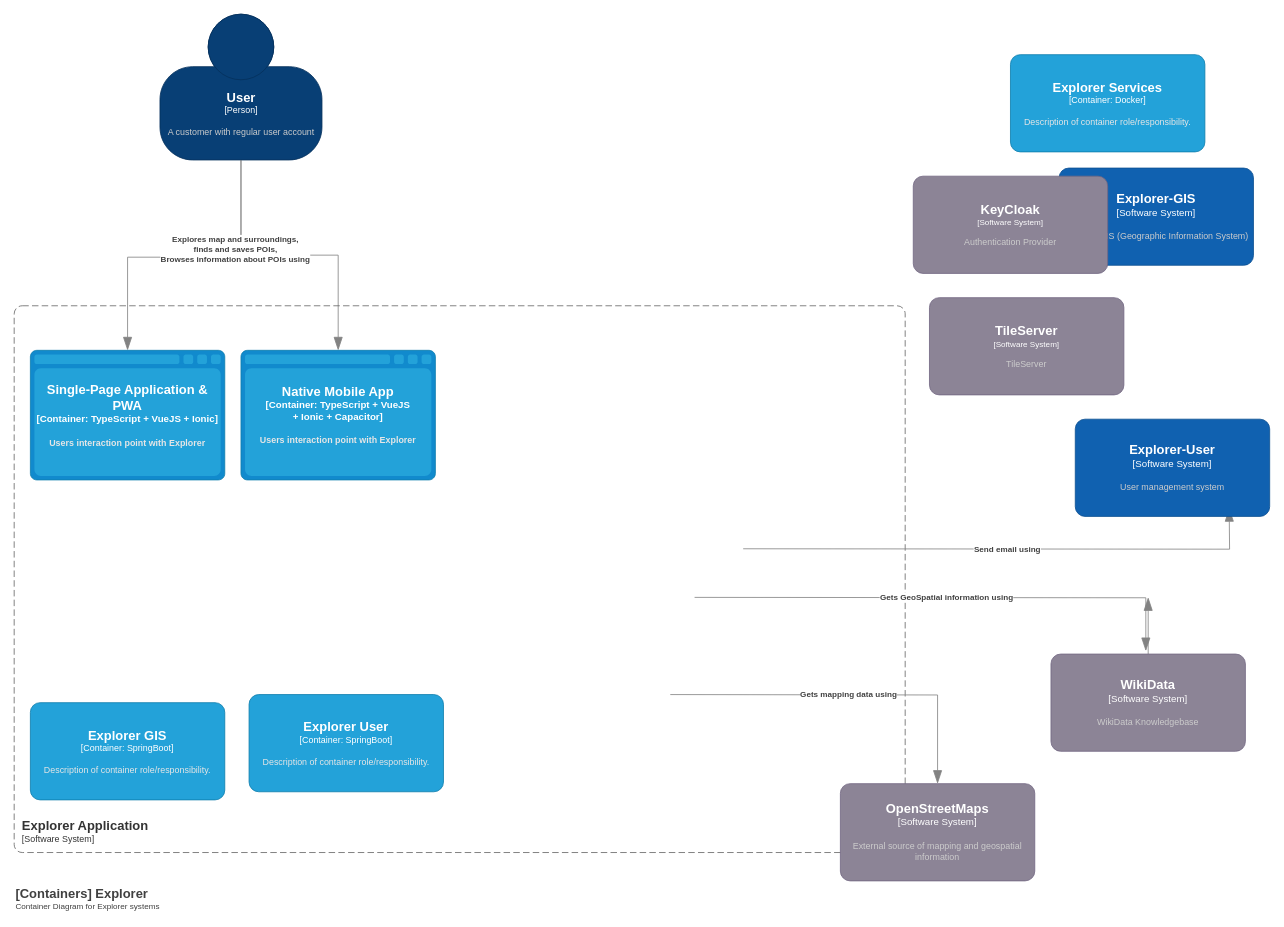
The draw.io diagram page "Container" (2 of 3) of gis-architecture.drawio.xml in signal32/explorer, before the edit. Source tidied: cells renumbered, new cells numbered last; positions are measured from the earlier drawing's top-left corner, leaving out a move shared by most shapes. Both pictures are drawn from the tidied source at 81%, with x=0, y=0 at pixel (14, 14).
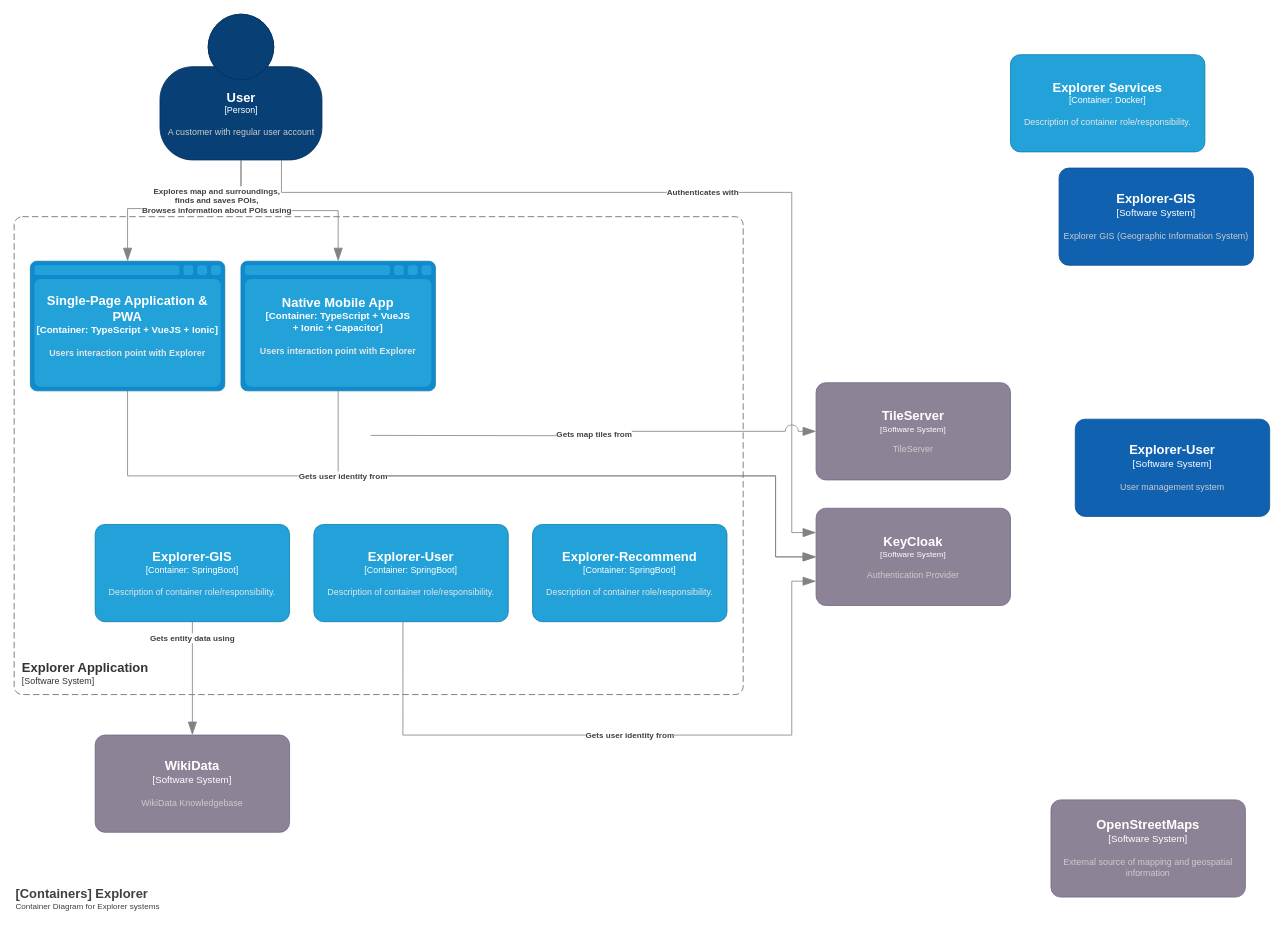
Above is the later version.

The change refers to these unchanged cells:
```xml
<object id="5" label="&lt;font style=&quot;font-size: 16px&quot;&gt;&lt;b&gt;%c4Name%&lt;/b&gt;&lt;/font&gt;&lt;div&gt;[%c4Type%]&lt;/div&gt;&lt;br&gt;&lt;div&gt;&lt;font style=&quot;font-size: 11px&quot;&gt;&lt;font color=&quot;#cccccc&quot;&gt;%c4Description%&lt;/font&gt;&lt;/div&gt;" c4Description="A customer with regular user account" c4Name="User" c4Type="Person" placeholders="1">
  <mxCell style="html=1;fontSize=11;dashed=0;whitespace=wrap;fillColor=#083F75;strokeColor=#06315C;fontColor=#ffffff;shape=mxgraph.c4.person2;align=center;points=[[0.5,0,0],[1,0.5,0],[1,0.75,0],[0.75,1,0],[0.5,1,0],[0.25,1,0],[0,0.75,0],[0,0.5,0]];labelBackgroundColor=none;labelBorderColor=none;comic=0;" parent="1" vertex="1">
    <mxGeometry x="180" width="200" height="180" as="geometry" />
  </mxCell>
</object>
```

Change to the diagram source:
```diff
@@
+    <mxCell id="22" style="endArrow=blockThin;html=1;fontSize=10;fontColor=#404040;strokeWidth=1;endFill=1;strokeColor=#828282;elbow=vertical;endSize=14;startSize=14;jumpStyle=arc;jumpSize=16;rounded=0;edgeStyle=orthogonalEdgeStyle;labelBackgroundColor=#FFFFFF;sketch=0;fontFamily=Helvetica;fillColor=#F45B69;shape=connector;exitX=0.5;exitY=1;exitDx=0;exitDy=0;exitPerimeter=0;entryX=0;entryY=0.5;entryDx=0;entryDy=0;entryPerimeter=0;" parent="1" edge="1" source="13" target="20">
+      <mxGeometry relative="1" as="geometry">
+        <Array as="points">
+          <mxPoint x="140" y="570" />
+          <mxPoint x="940" y="570" />
+          <mxPoint x="940" y="670" />
+        </Array>
+      </mxGeometry>
+    </mxCell>
@@
     <object id="4" label="&lt;font style=&quot;font-size: 16px&quot;&gt;&lt;b&gt;&lt;div style=&quot;text-align: left&quot;&gt;%c4Name%&lt;/div&gt;&lt;/b&gt;&lt;/font&gt;&lt;div style=&quot;text-align: left&quot;&gt;[%c4Application%]&lt;/div&gt;" c4Application="Software System" c4Name="Explorer Application" placeholders="1">
       <mxCell style="rounded=1;fontSize=11;whiteSpace=wrap;html=1;dashed=1;arcSize=20;fillColor=none;strokeColor=#666666;fontColor=#333333;labelBackgroundColor=#FFFFFF;align=left;verticalAlign=bottom;labelBorderColor=none;spacingTop=0;spacing=10;dashPattern=8 4;perimeter=rectanglePerimeter;noLabel=0;labelPadding=0;absoluteArcSize=1;sketch=0;fontFamily=Helvetica;" parent="1" vertex="1">
-        <mxGeometry y="360" width="1100" height="675" as="geometry" />
+        <mxGeometry y="250" width="900" height="590" as="geometry" />
       </mxCell>
     </object>
@@
-    <mxCell id="6" style="edgeStyle=none;shape=connector;sketch=0;jumpStyle=arc;jumpSize=16;jettySize=auto;html=1;labelBackgroundColor=#FFFFFF;fontFamily=Helvetica;fontSize=10;fontColor=default;endArrow=blockThin;endFill=1;startSize=14;endSize=14;strokeColor=#828282;strokeWidth=1;fillColor=#F45B69;elbow=vertical;" parent="1" edge="1" source="7">
-      <mxGeometry relative="1" as="geometry">
-        <mxPoint x="1400" y="720" as="targetPoint" />
-      </mxGeometry>
-    </mxCell>
     <object id="7" label="&lt;font style=&quot;font-size: 16px&quot;&gt;&lt;b&gt;%c4Name%&lt;/b&gt;&lt;/font&gt;&lt;div&gt;[%c4Type%]&lt;/div&gt;&lt;br&gt;&lt;div&gt;&lt;font style=&quot;font-size: 11px&quot;&gt;&lt;font color=&quot;#cccccc&quot;&gt;%c4Description%&lt;/font&gt;&lt;/div&gt;" c4Description="WikiData Knowledgebase" c4Name="WikiData" c4Type="Software System" placeholders="1">
       <mxCell style="rounded=1;whiteSpace=wrap;html=1;labelBackgroundColor=none;fillColor=#8C8496;fontColor=#ffffff;align=center;arcSize=10;strokeColor=#736782;points=[[0.25,0,0],[0.5,0,0],[0.75,0,0],[1,0.25,0],[1,0.5,0],[1,0.75,0],[0.75,1,0],[0.5,1,0],[0.25,1,0],[0,0.75,0],[0,0.5,0],[0,0.25,0]];shadow=0;labelBorderColor=none;comic=0;sketch=0;" parent="1" vertex="1">
-        <mxGeometry x="1280" y="790" width="240" height="120" as="geometry" />
+        <mxGeometry x="100" y="890" width="240" height="120" as="geometry" />
       </mxCell>
     </object>
     <object id="8" label="&lt;font style=&quot;font-size: 16px&quot;&gt;&lt;b&gt;%c4Name%&lt;/b&gt;&lt;/font&gt;&lt;div&gt;[%c4Type%]&lt;/div&gt;&lt;br&gt;&lt;div&gt;&lt;font style=&quot;font-size: 11px&quot;&gt;&lt;font color=&quot;#cccccc&quot;&gt;%c4Description%&lt;/font&gt;&lt;/div&gt;" c4Description="External source of mapping and geospatial information" c4Name="OpenStreetMaps" c4Type="Software System" placeholders="1">
       <mxCell style="rounded=1;whiteSpace=wrap;html=1;labelBackgroundColor=none;fillColor=#8C8496;fontColor=#ffffff;align=center;arcSize=10;strokeColor=#736782;points=[[0.25,0,0],[0.5,0,0],[0.75,0,0],[1,0.25,0],[1,0.5,0],[1,0.75,0],[0.75,1,0],[0.5,1,0],[0.25,1,0],[0,0.75,0],[0,0.5,0],[0,0.25,0]];shadow=0;labelBorderColor=none;comic=0;sketch=0;" parent="1" vertex="1">
-        <mxGeometry x="1020" y="950" width="240" height="120" as="geometry" />
+        <mxGeometry x="1280" y="970" width="240" height="120" as="geometry" />
       </mxCell>
     </object>
     <object id="9" label="&lt;div style=&quot;text-align: left&quot;&gt;&lt;div style=&quot;text-align: center&quot;&gt;&lt;b&gt;%c4Description%&lt;/b&gt;&lt;/div&gt;&lt;/div&gt;" c4Description="Explores map and surroundings,&#10;finds and saves POIs,&#10;Browses information about POIs using" placeholders="1">
       <mxCell style="endArrow=blockThin;html=1;fontSize=10;fontColor=#404040;strokeWidth=1;endFill=1;strokeColor=#828282;elbow=vertical;endSize=14;startSize=14;jumpStyle=arc;jumpSize=16;rounded=0;edgeStyle=orthogonalEdgeStyle;exitX=0.5;exitY=1;exitDx=0;exitDy=0;exitPerimeter=0;labelBackgroundColor=#FFFFFF;entryX=0.5;entryY=0;entryDx=0;entryDy=0;entryPerimeter=0;" parent="1" edge="1" source="5" target="13">
         <mxGeometry x="-0.32" y="-10" relative="1" as="geometry">
           <Array as="points">
-            <mxPoint x="280" y="300" />
-            <mxPoint x="140" y="300" />
+            <mxPoint x="280" y="240" />
+            <mxPoint x="140" y="240" />
           </Array>
         </mxGeometry>
       </mxCell>
     </object>
-    <object id="10" label="&lt;div style=&quot;text-align: left&quot;&gt;&lt;div style=&quot;text-align: center&quot;&gt;&lt;b&gt;%c4Description%&lt;/b&gt;&lt;/div&gt;" c4Description="Send email using" placeholders="1">
-      <mxCell style="endArrow=blockThin;html=1;fontSize=10;fontColor=#404040;strokeWidth=1;endFill=1;strokeColor=#828282;elbow=vertical;endSize=14;startSize=14;jumpStyle=arc;jumpSize=16;rounded=0;edgeStyle=orthogonalEdgeStyle;labelBackgroundColor=#FFFFFF;sketch=0;fillColor=#F45B69;curved=0;exitX=1;exitY=0.5;exitDx=0;exitDy=0;exitPerimeter=0;" parent="1" edge="1">
-        <mxGeometry relative="1" as="geometry">
-          <mxPoint x="900" y="660" as="sourcePoint" />
-          <mxPoint x="1500" y="610" as="targetPoint" />
-        </mxGeometry>
-      </mxCell>
-    </object>
-    <object id="11" label="&lt;div style=&quot;text-align: left&quot;&gt;&lt;div style=&quot;text-align: center&quot;&gt;&lt;b&gt;%c4Description%&lt;/b&gt;&lt;/div&gt;" c4Description="Gets mapping data using" placeholders="1">
-      <mxCell style="endArrow=blockThin;html=1;fontSize=10;fontColor=#404040;strokeWidth=1;endFill=1;strokeColor=#828282;elbow=vertical;endSize=14;startSize=14;jumpStyle=arc;jumpSize=16;rounded=0;edgeStyle=orthogonalEdgeStyle;labelBackgroundColor=#FFFFFF;sketch=0;fontFamily=Helvetica;fillColor=#F45B69;shape=connector;" parent="1" edge="1" target="8">
-        <mxGeometry relative="1" as="geometry">
-          <mxPoint x="810" y="840" as="sourcePoint" />
-        </mxGeometry>
+    <object id="11" label="&lt;div style=&quot;text-align: left&quot;&gt;&lt;div style=&quot;text-align: center&quot;&gt;&lt;b&gt;%c4Description%&lt;/b&gt;&lt;/div&gt;" c4Description="Gets entity data using" placeholders="1">
+      <mxCell style="endArrow=blockThin;html=1;fontSize=10;fontColor=#404040;strokeWidth=1;endFill=1;strokeColor=#828282;elbow=vertical;endSize=14;startSize=14;jumpStyle=arc;jumpSize=16;rounded=0;edgeStyle=orthogonalEdgeStyle;labelBackgroundColor=#FFFFFF;sketch=0;fontFamily=Helvetica;fillColor=#F45B69;shape=connector;exitX=0.5;exitY=1;exitDx=0;exitDy=0;exitPerimeter=0;entryX=0.5;entryY=0;entryDx=0;entryDy=0;entryPerimeter=0;" parent="1" edge="1" source="15" target="7">
+        <mxGeometry x="-0.71" relative="1" as="geometry" />
       </mxCell>
     </object>
-    <object id="12" label="&lt;div style=&quot;text-align: left&quot;&gt;&lt;div style=&quot;text-align: center&quot;&gt;&lt;b&gt;%c4Description%&lt;/b&gt;&lt;/div&gt;" c4Description="Gets GeoSpatial information using" placeholders="1">
-      <mxCell style="endArrow=blockThin;html=1;fontSize=10;fontColor=#404040;strokeWidth=1;endFill=1;strokeColor=#828282;elbow=vertical;endSize=14;startSize=14;jumpStyle=arc;jumpSize=16;rounded=0;edgeStyle=orthogonalEdgeStyle;labelBackgroundColor=#FFFFFF;sketch=0;fontFamily=Helvetica;fillColor=#F45B69;shape=connector;exitX=0.75;exitY=1;exitDx=0;exitDy=0;exitPerimeter=0;entryX=0.488;entryY=-0.032;entryDx=0;entryDy=0;entryPerimeter=0;" parent="1" edge="1" target="7">
-        <mxGeometry relative="1" as="geometry">
-          <mxPoint x="840" y="720" as="sourcePoint" />
-        </mxGeometry>
-      </mxCell>
-    </object>
     <object id="13" label="&lt;font style=&quot;font-size: 16px&quot;&gt;&lt;b&gt;%c4Type%&lt;/font&gt;&lt;div&gt;[%c4Container%:&amp;nbsp;%c4Technology%]&lt;/div&gt;&lt;br&gt;&lt;div&gt;&lt;font style=&quot;font-size: 11px&quot;&gt;&lt;font color=&quot;#E6E6E6&quot;&gt;%c4Description%&lt;/font&gt;&lt;/div&gt;" c4Container="Container" c4Description="Users interaction point with Explorer" c4Technology="TypeScript + VueJS + Ionic" c4Type="Single-Page Application &amp; PWA " placeholders="1">
       <mxCell style="shape=mxgraph.c4.webBrowserContainer;whiteSpace=wrap;html=1;boundedLbl=1;rounded=0;labelBackgroundColor=none;fillColor=#118ACD;fontSize=12;fontColor=#ffffff;align=center;strokeColor=#0E7DAD;points=[[0.5,0,0],[1,0.25,0],[1,0.5,0],[1,0.75,0],[0.5,1,0],[0,0.75,0],[0,0.5,0],[0,0.25,0]];sketch=0;fontFamily=Helvetica;" parent="1" vertex="1">
-        <mxGeometry x="20" y="415" width="240" height="160" as="geometry" />
+        <mxGeometry x="20" y="305" width="240" height="160" as="geometry" />
       </mxCell>
     </object>
     <object id="14" label="&lt;font style=&quot;font-size: 16px&quot;&gt;&lt;b&gt;%c4Type%&lt;/font&gt;&lt;div&gt;[%c4Container%:&amp;nbsp;%c4Technology%]&lt;/div&gt;&lt;br&gt;&lt;div&gt;&lt;font style=&quot;font-size: 11px&quot;&gt;&lt;font color=&quot;#E6E6E6&quot;&gt;%c4Description%&lt;/font&gt;&lt;/div&gt;" c4Container="Container" c4Description="Users interaction point with Explorer" c4Technology="TypeScript + VueJS&#10; + Ionic + Capacitor" c4Type="Native Mobile App" placeholders="1">
       <mxCell style="shape=mxgraph.c4.webBrowserContainer;whiteSpace=wrap;html=1;boundedLbl=1;rounded=0;labelBackgroundColor=none;fillColor=#118ACD;fontSize=12;fontColor=#ffffff;align=center;strokeColor=#0E7DAD;points=[[0.5,0,0],[1,0.25,0],[1,0.5,0],[1,0.75,0],[0.5,1,0],[0,0.75,0],[0,0.5,0],[0,0.25,0]];sketch=0;fontFamily=Helvetica;" parent="1" vertex="1">
-        <mxGeometry x="280" y="415" width="240" height="160" as="geometry" />
+        <mxGeometry x="280" y="305" width="240" height="160" as="geometry" />
       </mxCell>
     </object>
-    <object id="15" label="&lt;font style=&quot;font-size: 16px&quot;&gt;&lt;b&gt;%c4Name%&lt;/b&gt;&lt;/font&gt;&lt;div&gt;[%c4Type%: %c4Technology%]&lt;/div&gt;&lt;br&gt;&lt;div&gt;&lt;font style=&quot;font-size: 11px&quot;&gt;&lt;font color=&quot;#E6E6E6&quot;&gt;%c4Description%&lt;/font&gt;&lt;/div&gt;" c4Description="Description of container role/responsibility." c4Name="Explorer GIS" c4Technology="SpringBoot" c4Type="Container" placeholders="1">
+    <object id="15" label="&lt;font style=&quot;font-size: 16px&quot;&gt;&lt;b&gt;%c4Name%&lt;/b&gt;&lt;/font&gt;&lt;div&gt;[%c4Type%: %c4Technology%]&lt;/div&gt;&lt;br&gt;&lt;div&gt;&lt;font style=&quot;font-size: 11px&quot;&gt;&lt;font color=&quot;#E6E6E6&quot;&gt;%c4Description%&lt;/font&gt;&lt;/div&gt;" c4Description="Description of container role/responsibility." c4Name="Explorer-GIS" c4Technology="SpringBoot" c4Type="Container" placeholders="1">
       <mxCell style="rounded=1;whiteSpace=wrap;html=1;fontSize=11;labelBackgroundColor=none;fillColor=#23A2D9;fontColor=#ffffff;align=center;arcSize=10;strokeColor=#0E7DAD;points=[[0.25,0,0],[0.5,0,0],[0.75,0,0],[1,0.25,0],[1,0.5,0],[1,0.75,0],[0.75,1,0],[0.5,1,0],[0.25,1,0],[0,0.75,0],[0,0.5,0],[0,0.25,0]];sketch=0;fontFamily=Helvetica;" parent="1" vertex="1">
-        <mxGeometry x="20" y="850" width="240" height="120" as="geometry" />
+        <mxGeometry x="100" y="630" width="240" height="120" as="geometry" />
       </mxCell>
     </object>
@@
-    <object id="18" label="&lt;font style=&quot;font-size: 16px&quot;&gt;&lt;b&gt;%c4Name%&lt;/b&gt;&lt;/font&gt;&lt;div&gt;[%c4Type%: %c4Technology%]&lt;/div&gt;&lt;br&gt;&lt;div&gt;&lt;font style=&quot;font-size: 11px&quot;&gt;&lt;font color=&quot;#E6E6E6&quot;&gt;%c4Description%&lt;/font&gt;&lt;/div&gt;" c4Description="Description of container role/responsibility." c4Name="Explorer User" c4Technology="SpringBoot" c4Type="Container" placeholders="1">
+    <object id="18" label="&lt;font style=&quot;font-size: 16px&quot;&gt;&lt;b&gt;%c4Name%&lt;/b&gt;&lt;/font&gt;&lt;div&gt;[%c4Type%: %c4Technology%]&lt;/div&gt;&lt;br&gt;&lt;div&gt;&lt;font style=&quot;font-size: 11px&quot;&gt;&lt;font color=&quot;#E6E6E6&quot;&gt;%c4Description%&lt;/font&gt;&lt;/div&gt;" c4Description="Description of container role/responsibility." c4Name="Explorer-User" c4Technology="SpringBoot" c4Type="Container" placeholders="1">
       <mxCell style="rounded=1;whiteSpace=wrap;html=1;fontSize=11;labelBackgroundColor=none;fillColor=#23A2D9;fontColor=#ffffff;align=center;arcSize=10;strokeColor=#0E7DAD;points=[[0.25,0,0],[0.5,0,0],[0.75,0,0],[1,0.25,0],[1,0.5,0],[1,0.75,0],[0.75,1,0],[0.5,1,0],[0.25,1,0],[0,0.75,0],[0,0.5,0],[0,0.25,0]];sketch=0;fontFamily=Helvetica;" parent="1" vertex="1">
-        <mxGeometry x="290" y="840" width="240" height="120" as="geometry" />
+        <mxGeometry x="370" y="630" width="240" height="120" as="geometry" />
       </mxCell>
     </object>
@@
     <object id="20" label="&lt;font style=&quot;font-size: 16px&quot;&gt;&lt;b&gt;%c4Name%&lt;/b&gt;&lt;/font&gt;&lt;div&gt;[%c4Type%]&lt;/div&gt;&lt;br&gt;&lt;div&gt;&lt;font style=&quot;font-size: 11px&quot;&gt;&lt;font color=&quot;#cccccc&quot;&gt;%c4Description%&lt;/font&gt;&lt;/div&gt;" c4Description="Authentication Provider" c4Name="KeyCloak" c4Type="Software System" placeholders="1">
       <mxCell style="rounded=1;whiteSpace=wrap;html=1;labelBackgroundColor=none;fillColor=#8C8496;fontColor=#ffffff;align=center;arcSize=10;strokeColor=#736782;points=[[0.25,0,0],[0.5,0,0],[0.75,0,0],[1,0.25,0],[1,0.5,0],[1,0.75,0],[0.75,1,0],[0.5,1,0],[0.25,1,0],[0,0.75,0],[0,0.5,0],[0,0.25,0]];sketch=0;fontFamily=Helvetica;fontSize=10;" parent="1" vertex="1">
-        <mxGeometry x="1110" y="200" width="240" height="120" as="geometry" />
+        <mxGeometry x="990" y="610" width="240" height="120" as="geometry" />
       </mxCell>
     </object>
     <object id="21" label="&lt;font style=&quot;font-size: 16px&quot;&gt;&lt;b&gt;%c4Name%&lt;/b&gt;&lt;/font&gt;&lt;div&gt;[%c4Type%]&lt;/div&gt;&lt;br&gt;&lt;div&gt;&lt;font style=&quot;font-size: 11px&quot;&gt;&lt;font color=&quot;#cccccc&quot;&gt;%c4Description%&lt;/font&gt;&lt;/div&gt;" c4Description="TileServer" c4Name="TileServer" c4Type="Software System" placeholders="1">
       <mxCell style="rounded=1;whiteSpace=wrap;html=1;labelBackgroundColor=none;fillColor=#8C8496;fontColor=#ffffff;align=center;arcSize=10;strokeColor=#736782;points=[[0.25,0,0],[0.5,0,0],[0.75,0,0],[1,0.25,0],[1,0.5,0],[1,0.75,0],[0.75,1,0],[0.5,1,0],[0.25,1,0],[0,0.75,0],[0,0.5,0],[0,0.25,0]];sketch=0;fontFamily=Helvetica;fontSize=10;" parent="1" vertex="1">
-        <mxGeometry x="1130" y="350" width="240" height="120" as="geometry" />
+        <mxGeometry x="990" y="455" width="240" height="120" as="geometry" />
       </mxCell>
     </object>
+    <object id="23" label="&lt;font style=&quot;font-size: 16px&quot;&gt;&lt;b&gt;%c4Name%&lt;/b&gt;&lt;/font&gt;&lt;div&gt;[%c4Type%: %c4Technology%]&lt;/div&gt;&lt;br&gt;&lt;div&gt;&lt;font style=&quot;font-size: 11px&quot;&gt;&lt;font color=&quot;#E6E6E6&quot;&gt;%c4Description%&lt;/font&gt;&lt;/div&gt;" c4Description="Description of container role/responsibility." c4Name="Explorer-Recommend" c4Technology="SpringBoot" c4Type="Container" placeholders="1">
+      <mxCell style="rounded=1;whiteSpace=wrap;html=1;fontSize=11;labelBackgroundColor=none;fillColor=#23A2D9;fontColor=#ffffff;align=center;arcSize=10;strokeColor=#0E7DAD;sketch=0;fontFamily=Helvetica;" parent="1" vertex="1">
+        <mxGeometry x="640" y="630" width="240" height="120" as="geometry" />
+      </mxCell>
+    </object>
+    <object id="24" label="&lt;div style=&quot;text-align: left&quot;&gt;&lt;div style=&quot;text-align: center&quot;&gt;&lt;b&gt;%c4Description%&lt;/b&gt;&lt;/div&gt;" c4Description="Authenticates with" placeholders="1">
+      <mxCell style="endArrow=blockThin;html=1;fontSize=10;fontColor=#404040;strokeWidth=1;endFill=1;strokeColor=#828282;elbow=vertical;endSize=14;startSize=14;jumpStyle=arc;jumpSize=16;rounded=0;edgeStyle=orthogonalEdgeStyle;labelBackgroundColor=#FFFFFF;sketch=0;fontFamily=Helvetica;fillColor=#F45B69;shape=connector;exitX=0.75;exitY=1;exitDx=0;exitDy=0;exitPerimeter=0;entryX=0;entryY=0.25;entryDx=0;entryDy=0;entryPerimeter=0;" parent="1" edge="1" source="5" target="20">
+        <mxGeometry relative="1" as="geometry">
+          <Array as="points">
+            <mxPoint x="330" y="220" />
+            <mxPoint x="960" y="220" />
+            <mxPoint x="960" y="640" />
+          </Array>
+        </mxGeometry>
+      </mxCell>
+    </object>
+    <object id="25" label="&lt;div style=&quot;text-align: left&quot;&gt;&lt;div style=&quot;text-align: center&quot;&gt;&lt;b&gt;%c4Description%&lt;/b&gt;&lt;/div&gt;" c4Description="Gets user identity from" placeholders="1">
+      <mxCell style="endArrow=blockThin;html=1;fontSize=10;fontColor=#404040;strokeWidth=1;endFill=1;strokeColor=#828282;elbow=vertical;endSize=14;startSize=14;jumpStyle=arc;jumpSize=16;rounded=0;edgeStyle=orthogonalEdgeStyle;labelBackgroundColor=#FFFFFF;sketch=0;fontFamily=Helvetica;fillColor=#F45B69;shape=connector;exitX=0.458;exitY=1;exitDx=0;exitDy=0;exitPerimeter=0;entryX=0;entryY=0.75;entryDx=0;entryDy=0;entryPerimeter=0;" parent="1" edge="1" source="18" target="20">
+        <mxGeometry relative="1" as="geometry">
+          <Array as="points">
+            <mxPoint x="480" y="890" />
+            <mxPoint x="960" y="890" />
+            <mxPoint x="960" y="700" />
+          </Array>
+        </mxGeometry>
+      </mxCell>
+    </object>
+    <object id="26" label="&lt;div style=&quot;text-align: left&quot;&gt;&lt;div style=&quot;text-align: center&quot;&gt;&lt;b&gt;%c4Description%&lt;/b&gt;&lt;/div&gt;" c4Description="Gets user identity from" placeholders="1">
+      <mxCell style="endArrow=blockThin;html=1;fontSize=10;fontColor=#404040;strokeWidth=1;endFill=1;strokeColor=#828282;elbow=vertical;endSize=14;startSize=14;jumpStyle=arc;jumpSize=16;rounded=0;edgeStyle=orthogonalEdgeStyle;labelBackgroundColor=#FFFFFF;sketch=0;fontFamily=Helvetica;fillColor=#F45B69;shape=connector;exitX=0.5;exitY=1;exitDx=0;exitDy=0;exitPerimeter=0;entryX=0;entryY=0.5;entryDx=0;entryDy=0;entryPerimeter=0;" parent="1" edge="1" source="14" target="20">
+        <mxGeometry x="-0.72" relative="1" as="geometry">
+          <Array as="points">
+            <mxPoint x="400" y="570" />
+            <mxPoint x="940" y="570" />
+            <mxPoint x="940" y="670" />
+          </Array>
+        </mxGeometry>
+      </mxCell>
+    </object>
+    <object id="27" label="&lt;div style=&quot;text-align: left&quot;&gt;&lt;div style=&quot;text-align: center&quot;&gt;&lt;b&gt;%c4Description%&lt;/b&gt;&lt;/div&gt;" c4Description="Gets map tiles from" placeholders="1">
+      <mxCell style="endArrow=blockThin;html=1;fontSize=10;fontColor=#404040;strokeWidth=1;endFill=1;strokeColor=#828282;elbow=vertical;endSize=14;startSize=14;jumpStyle=arc;jumpSize=16;rounded=0;edgeStyle=orthogonalEdgeStyle;labelBackgroundColor=#FFFFFF;sketch=0;fontFamily=Helvetica;fillColor=#F45B69;shape=connector;entryX=0;entryY=0.5;entryDx=0;entryDy=0;entryPerimeter=0;" parent="1" edge="1" target="21">
+        <mxGeometry relative="1" as="geometry">
+          <mxPoint x="440" y="520" as="sourcePoint" />
+        </mxGeometry>
+      </mxCell>
+    </object>
```
